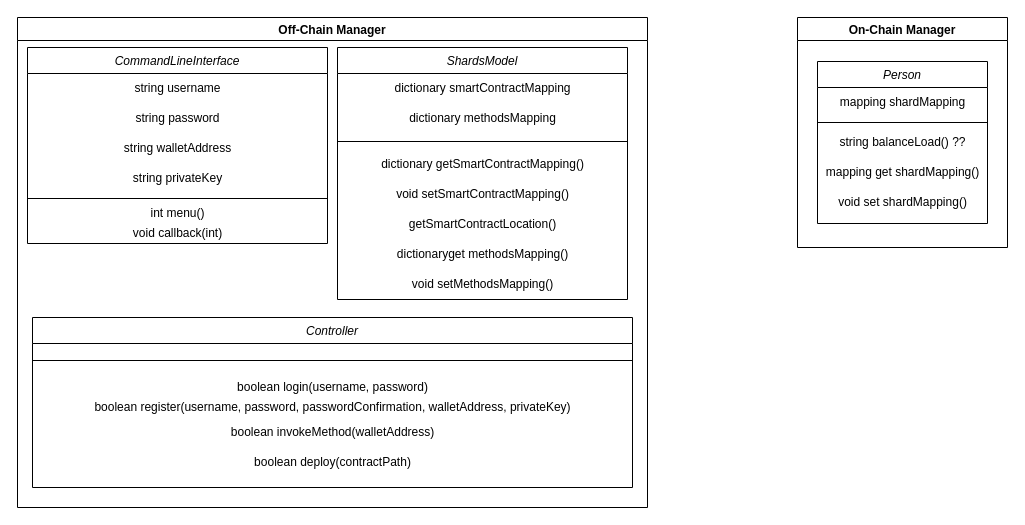
This is page "Diagramma delle classi" (1 of 2) of classdiag_architecture.drawio from AriannaRonci/Librachain, a draw.io file, before an edit. Source tidied: cells renumbered, new cells numbered last; positions are measured from the earlier drawing's top-left corner, leaving out a move shared by most shapes. Both pictures are drawn from the tidied source at 100%, with x=0, y=0 at pixel (17, 17).
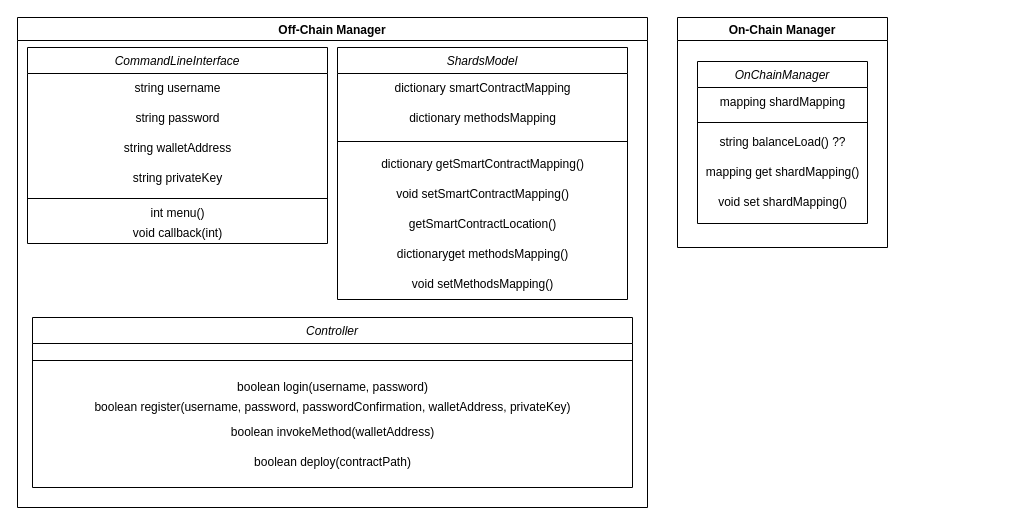
After the change.

Diff of the diagram source:
```diff
@@
     <mxCell id="26" value="On-Chain Manager" style="swimlane;startSize=23;" parent="1" vertex="1">
-      <mxGeometry x="780" width="210" height="230" as="geometry" />
+      <mxGeometry x="660" width="210" height="230" as="geometry" />
     </mxCell>
-    <mxCell id="27" value="Person" style="swimlane;fontStyle=2;align=center;verticalAlign=top;horizontal=1;startSize=26;rounded=0;shadow=0;strokeWidth=1;" parent="26" vertex="1">
+    <mxCell id="27" value="OnChainManager" style="swimlane;fontStyle=2;align=center;verticalAlign=top;horizontal=1;startSize=26;rounded=0;shadow=0;strokeWidth=1;" parent="26" vertex="1">
       <mxGeometry x="20" y="44" width="170" height="162" as="geometry" />
     </mxCell>
```
